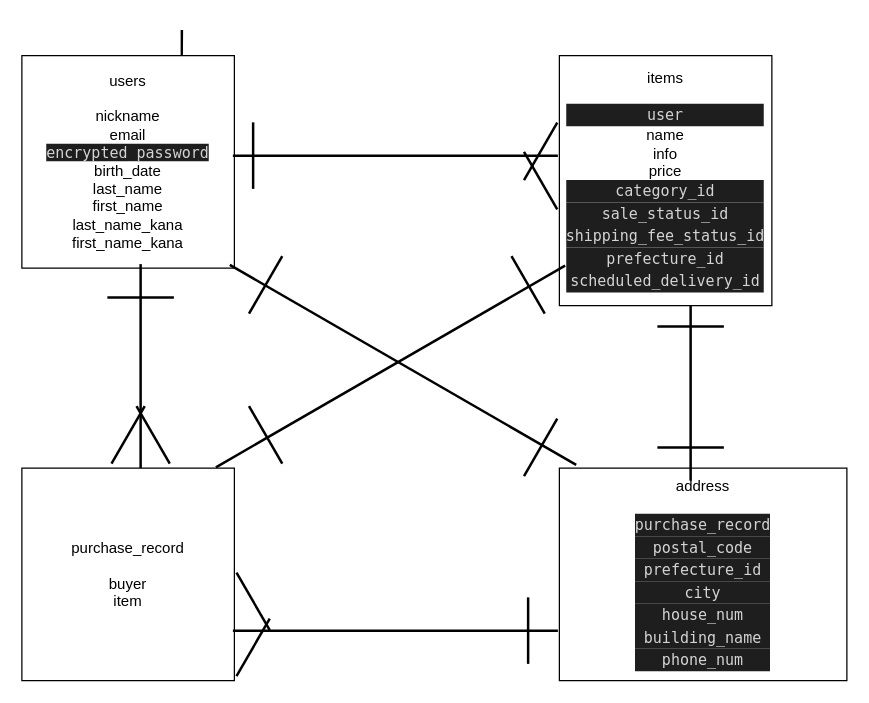
Earlier version of the draw.io diagram er.dio (blue-techcamp/furima-33017). Source tidied: cells renumbered, new cells numbered last; positions are measured from the earlier drawing's top-left corner, leaving out a move shared by most shapes. Both pictures are drawn from the tidied source at 125%, with x=0, y=0 at pixel (21, -8).
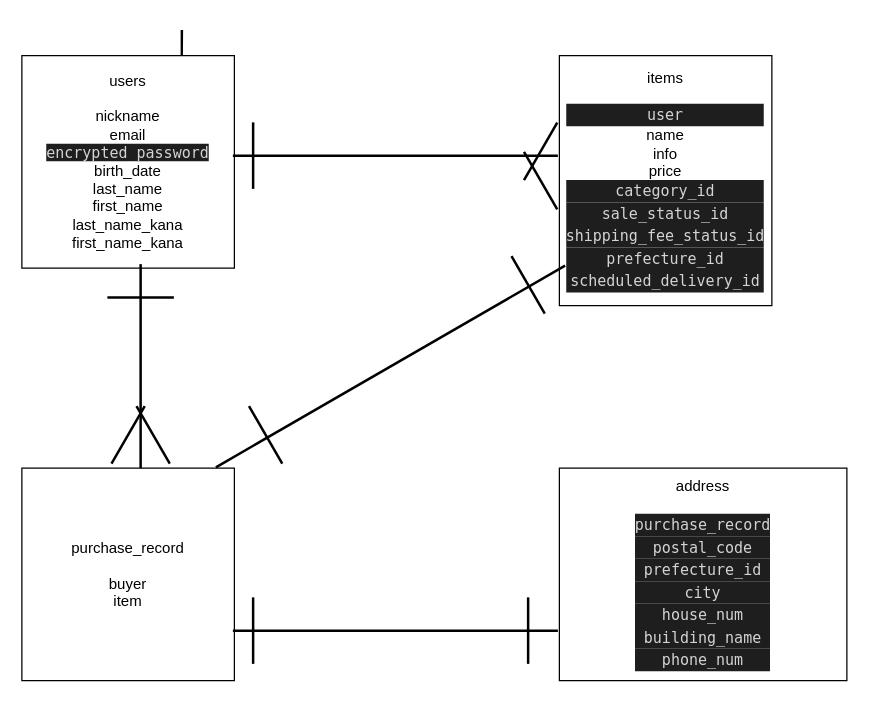
After the change.

Commit message:
ER図アソシエーション追加

What changed in the source:
```diff
@@
-    <mxCell id="7" style="line;strokeWidth=2;html=1;direction=south;rotation=-60;" parent="1" vertex="1">
-      <mxGeometry x="299.9" y="137.4" width="10" height="320" as="geometry" />
-    </mxCell>
@@
-    <mxCell id="12" style="line;strokeWidth=2;html=1;direction=south;rotation=0;" parent="1" vertex="1">
-      <mxGeometry x="530" y="250" width="10" height="140" as="geometry" />
-    </mxCell>
@@
-    <mxCell id="15" style="line;strokeWidth=2;html=1;direction=south;rotation=90;" parent="1" vertex="1">
-      <mxGeometry x="530" y="240" width="10" height="53.2" as="geometry" />
-    </mxCell>
-    <mxCell id="16" style="line;strokeWidth=2;html=1;direction=south;rotation=90;" parent="1" vertex="1">
-      <mxGeometry x="530" y="336.8" width="10" height="53.2" as="geometry" />
-    </mxCell>
@@
-    <mxCell id="18" style="line;strokeWidth=2;html=1;direction=south;rotation=30;" parent="1" vertex="1">
-      <mxGeometry x="190" y="206.8" width="10" height="53.2" as="geometry" />
-    </mxCell>
-    <mxCell id="19" style="line;strokeWidth=2;html=1;direction=south;rotation=30;" parent="1" vertex="1">
-      <mxGeometry x="410" y="336.8" width="10" height="53.2" as="geometry" />
-    </mxCell>
@@
-    <mxCell id="22" style="line;strokeWidth=2;html=1;direction=south;rotation=-30;" parent="1" vertex="1">
-      <mxGeometry x="180" y="460" width="10" height="53.2" as="geometry" />
-    </mxCell>
-    <mxCell id="23" style="line;strokeWidth=2;html=1;direction=south;rotation=30;" parent="1" vertex="1">
-      <mxGeometry x="180" y="496.8" width="10" height="53.2" as="geometry" />
-    </mxCell>
@@
+    <mxCell id="28" style="line;strokeWidth=2;html=1;direction=south;rotation=0;" parent="1" vertex="1">
+      <mxGeometry x="180" y="483.4" width="10" height="53.2" as="geometry" />
+    </mxCell>
```
